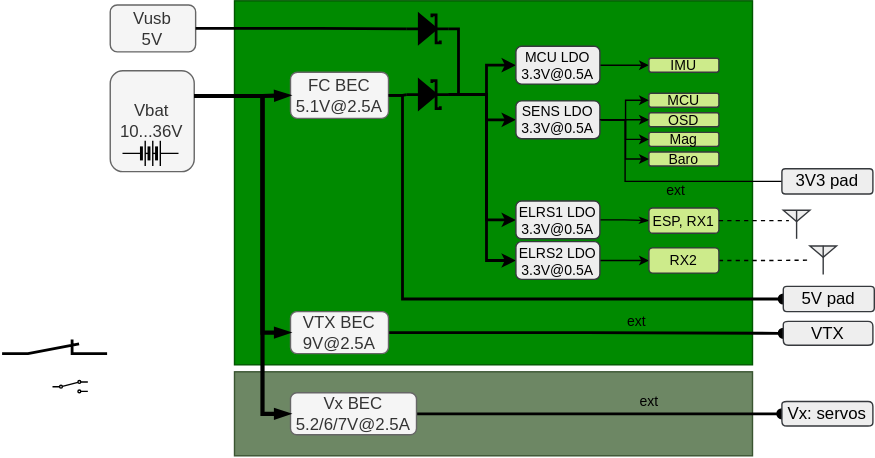
This is documentation/images/doc_MoGliFC_power_concept.svg from MomoRC-tech/MoGliFC-Flight-Controller, a draw.io export, as it was before one commit. Source tidied: cells renumbered, new cells last; positions are measured from the earlier drawing's top-left corner, leaving out a move shared by most shapes.
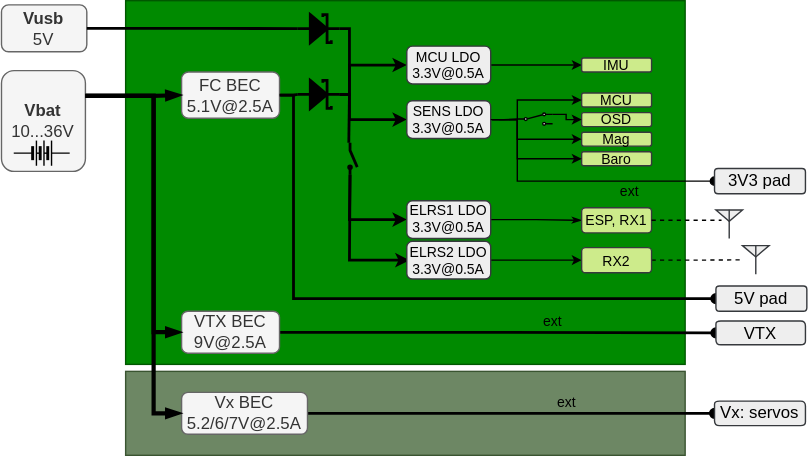
Later version of the same file.

Diff of the diagram source:
```diff
@@ -3,12 +3,12 @@
     <mxCell id="0" />
     <mxCell id="1" parent="0" />
     <mxCell id="2" style="whiteSpace=wrap;html=1;fillColor=#008a00;fontColor=#ffffff;strokeColor=#005700;imageAspect=1;" parent="1" vertex="1">
-      <mxGeometry x="166" width="370" height="260" as="geometry" />
+      <mxGeometry x="166" width="400" height="260" as="geometry" />
     </mxCell>
     <mxCell id="3" style="rounded=0;whiteSpace=wrap;html=1;fillColor=#6d8764;fontColor=#ffffff;strokeColor=#3A5431;" parent="1" vertex="1">
-      <mxGeometry x="166" y="265" width="370" height="60" as="geometry" />
+      <mxGeometry x="166" y="265" width="400" height="60" as="geometry" />
     </mxCell>
-    <mxCell id="4" value="Vbat&lt;div&gt;10...36V&lt;/div&gt;" style="whiteSpace=wrap;html=1;rounded=1;fillColor=#f5f5f5;fontColor=#333333;strokeColor=#666666;" parent="1" vertex="1">
+    <mxCell id="4" value="&lt;b&gt;Vbat&lt;/b&gt;&lt;div&gt;10...36V&lt;/div&gt;" style="whiteSpace=wrap;html=1;rounded=1;fillColor=#f5f5f5;fontColor=#333333;strokeColor=#666666;" parent="1" vertex="1">
       <mxGeometry x="77.2" y="50" width="60" height="72" as="geometry" />
     </mxCell>
     <mxCell id="5" style="edgeStyle=orthogonalEdgeStyle;rounded=0;jettySize=auto;html=1;entryX=0;entryY=0.5;entryDx=0;entryDy=0;endArrow=oval;endFill=1;strokeWidth=2;" parent="1" edge="1" source="7" target="18">
@@ -25,28 +25,29 @@
     <mxCell id="8" style="edgeStyle=elbowEdgeStyle;rounded=0;jettySize=auto;html=1;exitX=1;exitY=0.5;exitDx=0;exitDy=0;entryX=0;entryY=0.5;entryDx=0;entryDy=0;endSize=4;strokeWidth=2;exitPerimeter=0;" parent="1" edge="1" source="51" target="21">
       <mxGeometry relative="1" as="geometry">
         <Array as="points">
-          <mxPoint x="346" y="60" />
+          <mxPoint x="326" y="50" />
         </Array>
       </mxGeometry>
     </mxCell>
     <mxCell id="9" style="edgeStyle=elbowEdgeStyle;rounded=0;jettySize=auto;html=1;exitX=1;exitY=0.5;exitDx=0;exitDy=0;entryX=0;entryY=0.5;entryDx=0;entryDy=0;endSize=4;strokeWidth=2;exitPerimeter=0;" parent="1" edge="1" source="51" target="24">
       <mxGeometry relative="1" as="geometry">
         <Array as="points">
-          <mxPoint x="346" y="70" />
+          <mxPoint x="326" y="80" />
         </Array>
       </mxGeometry>
     </mxCell>
-    <mxCell id="10" style="edgeStyle=elbowEdgeStyle;rounded=0;jettySize=auto;html=1;endSize=4;strokeWidth=2;exitX=1;exitY=0.5;exitDx=0;exitDy=0;exitPerimeter=0;" parent="1" edge="1" source="51" target="26">
+    <mxCell id="10" style="edgeStyle=elbowEdgeStyle;rounded=0;jettySize=auto;html=1;endSize=4;strokeWidth=2;exitX=1;exitY=0.84;exitDx=0;exitDy=0;" parent="1" edge="1" source="59" target="26">
       <mxGeometry relative="1" as="geometry">
         <Array as="points">
-          <mxPoint x="346" y="110" />
+          <mxPoint x="326" y="110" />
         </Array>
       </mxGeometry>
     </mxCell>
-    <mxCell id="11" style="edgeStyle=elbowEdgeStyle;rounded=0;jettySize=auto;html=1;endSize=4;strokeWidth=2;exitX=1;exitY=0.5;exitDx=0;exitDy=0;exitPerimeter=0;" parent="1" edge="1" source="51" target="28">
+    <mxCell id="11" style="edgeStyle=elbowEdgeStyle;rounded=0;jettySize=auto;html=1;endSize=4;strokeWidth=2;exitX=1;exitY=0.84;exitDx=0;exitDy=0;" parent="1" edge="1" source="59">
       <mxGeometry relative="1" as="geometry">
+        <mxPoint x="369" y="185.5" as="targetPoint" />
         <Array as="points">
-          <mxPoint x="346" y="110" />
+          <mxPoint x="326" y="160" />
         </Array>
       </mxGeometry>
     </mxCell>
@@ -79,10 +80,10 @@
       <mxGeometry x="206" y="280" width="90" height="30" as="geometry" />
     </mxCell>
     <mxCell id="18" value="VTX" style="shape=step;perimeter=stepPerimeter;whiteSpace=wrap;html=1;fixedSize=1;size=-6;fillColor=#eeeeee;strokeColor=#36393d;rounded=1;arcSize=7;" parent="1" vertex="1">
-      <mxGeometry x="558" y="229" width="64" height="17" as="geometry" />
+      <mxGeometry x="588" y="229" width="64" height="17" as="geometry" />
     </mxCell>
     <mxCell id="19" value="Vx: servos" style="shape=step;perimeter=stepPerimeter;whiteSpace=wrap;html=1;fixedSize=1;size=0;fillColor=#eeeeee;strokeColor=#36393d;rounded=1;arcSize=7;" parent="1" vertex="1">
-      <mxGeometry x="557" y="286.2" width="65" height="17.5" as="geometry" />
+      <mxGeometry x="587" y="286.2" width="65" height="17.5" as="geometry" />
     </mxCell>
     <mxCell id="20" style="edgeStyle=elbowEdgeStyle;rounded=0;jettySize=auto;html=1;endSize=4;" parent="1" edge="1" source="21" target="29">
       <mxGeometry relative="1" as="geometry" />
@@ -90,18 +91,17 @@
     <mxCell id="21" value="MCU LDO 3.3V@0.5A" style="whiteSpace=wrap;html=1;rounded=1;fontSize=10;fillColor=#eeeeee;strokeColor=#36393d;" parent="1" vertex="1">
       <mxGeometry x="367" y="32.5" width="60" height="27" as="geometry" />
     </mxCell>
-    <mxCell id="22" style="edgeStyle=elbowEdgeStyle;rounded=0;orthogonalLoop=1;jettySize=auto;html=1;entryX=0;entryY=0.5;entryDx=0;entryDy=0;exitX=1;exitY=0.5;exitDx=0;exitDy=0;endArrow=oval;endFill=1;" parent="1" edge="1">
+    <mxCell id="22" style="edgeStyle=elbowEdgeStyle;rounded=0;jettySize=auto;html=1;entryX=0;entryY=0.5;entryDx=0;entryDy=0;exitX=1;exitY=0.5;exitDx=0;exitDy=0;endArrow=oval;endFill=1;" parent="1" edge="1" target="30">
       <mxGeometry relative="1" as="geometry">
         <mxPoint x="433" y="85" as="sourcePoint" />
-        <mxPoint x="563" y="129" as="targetPoint" />
         <Array as="points">
-          <mxPoint x="445" y="120" />
+          <mxPoint x="446" y="110" />
         </Array>
       </mxGeometry>
     </mxCell>
     <mxCell id="23" value="ext" style="edgeLabel;html=1;align=center;verticalAlign=middle;fontSize=10;labelBackgroundColor=none;" parent="22" vertex="1">
       <mxGeometry x="0.26" y="2" relative="1" as="geometry">
-        <mxPoint x="-18" y="8" as="offset" />
+        <mxPoint x="12" y="8" as="offset" />
       </mxGeometry>
     </mxCell>
     <mxCell id="24" value="SENS LDO 3.3V@0.5A" style="whiteSpace=wrap;html=1;rounded=1;fontSize=10;fillColor=#eeeeee;strokeColor=#36393d;" parent="1" vertex="1">
@@ -120,40 +120,34 @@
       <mxGeometry x="367" y="172" width="60" height="27" as="geometry" />
     </mxCell>
     <mxCell id="29" value="IMU" style="whiteSpace=wrap;html=1;rounded=1;fillColor=#cdeb8b;strokeColor=#36393d;fontSize=10;" parent="1" vertex="1">
-      <mxGeometry x="462" y="41" width="50" height="10" as="geometry" />
+      <mxGeometry x="492" y="41" width="50" height="10" as="geometry" />
     </mxCell>
     <mxCell id="30" value="3V3 pad" style="shape=step;perimeter=stepPerimeter;whiteSpace=wrap;html=1;fixedSize=1;size=-5;fillColor=#eeeeee;strokeColor=#36393d;rounded=1;arcSize=5;" parent="1" vertex="1">
-      <mxGeometry x="557" y="120" width="65" height="18" as="geometry" />
+      <mxGeometry x="587" y="120" width="65" height="18" as="geometry" />
     </mxCell>
     <mxCell id="31" value="ESP, RX1" style="whiteSpace=wrap;html=1;rounded=1;fillColor=#cdeb8b;strokeColor=#36393d;fontSize=10;" parent="1" vertex="1">
-      <mxGeometry x="462" y="148" width="50" height="18" as="geometry" />
+      <mxGeometry x="492" y="148" width="50" height="18" as="geometry" />
     </mxCell>
     <mxCell id="32" style="edgeStyle=elbowEdgeStyle;rounded=0;jettySize=auto;html=1;dashed=1;endArrow=none;endFill=0;" parent="1" edge="1" source="33" target="40">
       <mxGeometry relative="1" as="geometry" />
     </mxCell>
     <mxCell id="33" value="RX2" style="whiteSpace=wrap;html=1;rounded=1;fillColor=#cdeb8b;strokeColor=#36393d;fontSize=10;" parent="1" vertex="1">
-      <mxGeometry x="462" y="176.5" width="50" height="18" as="geometry" />
+      <mxGeometry x="492" y="176.5" width="50" height="18" as="geometry" />
     </mxCell>
     <mxCell id="34" value="5V pad" style="shape=step;perimeter=stepPerimeter;whiteSpace=wrap;html=1;fixedSize=1;size=-5;fillColor=#eeeeee;strokeColor=#36393d;rounded=1;arcSize=5;" parent="1" vertex="1">
-      <mxGeometry x="558" y="204" width="65" height="18" as="geometry" />
+      <mxGeometry x="588" y="204" width="65" height="18" as="geometry" />
     </mxCell>
-    <mxCell id="35" value="Vusb&lt;div&gt;5V&lt;/div&gt;" style="whiteSpace=wrap;html=1;rounded=1;fillColor=#f5f5f5;fontColor=#333333;strokeColor=#666666;" parent="1" vertex="1">
+    <mxCell id="35" value="&lt;b&gt;Vusb&lt;/b&gt;&lt;div&gt;5V&lt;/div&gt;" style="whiteSpace=wrap;html=1;rounded=1;fillColor=#f5f5f5;fontColor=#333333;strokeColor=#666666;" parent="1" vertex="1">
       <mxGeometry x="77.2" y="3" width="61" height="33.5" as="geometry" />
     </mxCell>
     <mxCell id="36" style="verticalLabelPosition=bottom;shadow=0;dashed=0;align=center;html=1;verticalAlign=top;shape=mxgraph.electrical.radio.aerial_-_antenna_2;strokeWidth=1;fillColor=#eeeeee;strokeColor=#36393d;" parent="1" vertex="1">
-      <mxGeometry x="558" y="149.5" width="19" height="20.5" as="geometry" />
+      <mxGeometry x="588" y="149.5" width="19" height="20.5" as="geometry" />
     </mxCell>
     <mxCell id="37" style="verticalLabelPosition=bottom;shadow=0;dashed=0;align=center;html=1;verticalAlign=top;shape=mxgraph.electrical.miscellaneous.batteryStack;" parent="1" vertex="1">
       <mxGeometry x="86" y="100" width="40" height="18" as="geometry" />
     </mxCell>
-    <mxCell id="38" style="html=1;shape=mxgraph.electrical.electro-mechanical.twoWaySwitch;elSwitchState=2;" parent="1" vertex="1">
-      <mxGeometry x="36" y="271.2" width="25.2" height="8.8" as="geometry" />
-    </mxCell>
-    <mxCell id="39" style="verticalLabelPosition=bottom;shadow=0;dashed=0;align=center;html=1;verticalAlign=top;shape=mxgraph.electrical.electro-mechanical.break_contact;strokeWidth=2;" parent="1" vertex="1">
-      <mxGeometry y="242" width="75" height="10" as="geometry" />
-    </mxCell>
     <mxCell id="40" style="verticalLabelPosition=bottom;shadow=0;dashed=0;align=center;html=1;verticalAlign=top;shape=mxgraph.electrical.radio.aerial_-_antenna_2;strokeWidth=1;fillColor=#eeeeee;strokeColor=#36393d;" parent="1" vertex="1">
-      <mxGeometry x="577" y="175" width="19" height="20.5" as="geometry" />
+      <mxGeometry x="607" y="175" width="19" height="20.5" as="geometry" />
     </mxCell>
     <mxCell id="41" style="edgeStyle=elbowEdgeStyle;rounded=0;jettySize=auto;html=1;entryX=0.211;entryY=0.366;entryDx=0;entryDy=0;entryPerimeter=0;endArrow=none;endFill=0;dashed=1;" parent="1" edge="1" source="31" target="36">
       <mxGeometry relative="1" as="geometry" />
@@ -166,33 +160,42 @@
       </mxGeometry>
     </mxCell>
     <mxCell id="43" value="MCU" style="whiteSpace=wrap;html=1;rounded=1;fillColor=#cdeb8b;strokeColor=#36393d;fontSize=10;" parent="1" vertex="1">
-      <mxGeometry x="462" y="66" width="50" height="10" as="geometry" />
+      <mxGeometry x="492" y="66" width="50" height="10" as="geometry" />
     </mxCell>
     <mxCell id="44" value="OSD" style="whiteSpace=wrap;html=1;rounded=1;fillColor=#cdeb8b;strokeColor=#36393d;fontSize=10;" parent="1" vertex="1">
-      <mxGeometry x="462" y="80" width="50" height="10" as="geometry" />
+      <mxGeometry x="492" y="80" width="50" height="10" as="geometry" />
     </mxCell>
     <mxCell id="45" value="Mag" style="whiteSpace=wrap;html=1;rounded=1;fillColor=#cdeb8b;strokeColor=#36393d;fontSize=10;" parent="1" vertex="1">
-      <mxGeometry x="462" y="94" width="50" height="10" as="geometry" />
+      <mxGeometry x="492" y="94" width="50" height="10" as="geometry" />
     </mxCell>
     <mxCell id="46" value="Baro" style="whiteSpace=wrap;html=1;rounded=1;fillColor=#cdeb8b;strokeColor=#36393d;fontSize=10;" parent="1" vertex="1">
-      <mxGeometry x="462" y="108" width="50" height="10" as="geometry" />
+      <mxGeometry x="492" y="108" width="50" height="10" as="geometry" />
     </mxCell>
     <mxCell id="47" style="edgeStyle=elbowEdgeStyle;rounded=0;jettySize=auto;html=1;entryX=0;entryY=0.5;entryDx=0;entryDy=0;endSize=4;exitX=1;exitY=0.5;exitDx=0;exitDy=0;" parent="1" edge="1" target="43">
       <mxGeometry relative="1" as="geometry">
         <mxPoint x="428" y="85" as="sourcePoint" />
+        <Array as="points">
+          <mxPoint x="446" y="80" />
+        </Array>
       </mxGeometry>
     </mxCell>
-    <mxCell id="48" style="edgeStyle=elbowEdgeStyle;rounded=0;jettySize=auto;html=1;entryX=0;entryY=0.5;entryDx=0;entryDy=0;endSize=4;exitX=1;exitY=0.5;exitDx=0;exitDy=0;" parent="1" edge="1" source="24" target="44">
+    <mxCell id="48" style="edgeStyle=elbowEdgeStyle;rounded=0;jettySize=auto;html=1;entryX=0;entryY=0.5;entryDx=0;entryDy=0;endSize=4;exitX=1;exitY=0.12;exitDx=0;exitDy=0;" parent="1" edge="1" source="38" target="44">
       <mxGeometry relative="1" as="geometry" />
     </mxCell>
     <mxCell id="49" style="edgeStyle=elbowEdgeStyle;rounded=0;jettySize=auto;html=1;entryX=0;entryY=0.5;entryDx=0;entryDy=0;endSize=4;exitX=1;exitY=0.5;exitDx=0;exitDy=0;" parent="1" edge="1" target="45">
       <mxGeometry relative="1" as="geometry">
         <mxPoint x="428" y="85" as="sourcePoint" />
+        <Array as="points">
+          <mxPoint x="446" y="90" />
+        </Array>
       </mxGeometry>
     </mxCell>
     <mxCell id="50" style="edgeStyle=elbowEdgeStyle;rounded=0;jettySize=auto;html=1;entryX=0;entryY=0.5;entryDx=0;entryDy=0;endSize=4;exitX=1;exitY=0.5;exitDx=0;exitDy=0;" parent="1" edge="1" target="46">
       <mxGeometry relative="1" as="geometry">
         <mxPoint x="428" y="85" as="sourcePoint" />
+        <Array as="points">
+          <mxPoint x="446" y="100" />
+        </Array>
       </mxGeometry>
     </mxCell>
     <mxCell id="51" style="fillColor=strokeColor;verticalLabelPosition=bottom;shadow=0;dashed=0;align=center;html=1;verticalAlign=top;shape=mxgraph.electrical.diodes.schottky_diode;strokeWidth=2;" parent="1" vertex="1">
@@ -229,5 +232,19 @@
         </Array>
       </mxGeometry>
     </mxCell>
+    <mxCell id="57" style="edgeStyle=elbowEdgeStyle;rounded=0;jettySize=auto;html=1;entryX=0;entryY=0.5;entryDx=0;entryDy=0;endSize=4;exitX=1;exitY=0.5;exitDx=0;exitDy=0;endArrow=none;endFill=0;" parent="1" edge="1" source="24" target="38">
+      <mxGeometry relative="1" as="geometry" />
+    </mxCell>
+    <mxCell id="38" style="html=1;shape=mxgraph.electrical.electro-mechanical.twoWaySwitch;elSwitchState=2;" parent="1" vertex="1">
+      <mxGeometry x="446" y="80.2" width="25.2" height="8.8" as="geometry" />
+    </mxCell>
+    <mxCell id="58" style="edgeStyle=elbowEdgeStyle;rounded=0;jettySize=auto;html=1;endSize=4;strokeWidth=2;endArrow=none;endFill=0;entryX=0;entryY=0.84;entryDx=0;entryDy=0;" parent="1" edge="1" target="59">
+      <mxGeometry relative="1" as="geometry">
+        <mxPoint x="326" y="67" as="sourcePoint" />
+      </mxGeometry>
+    </mxCell>
+    <mxCell id="59" style="html=1;shape=mxgraph.electrical.electro-mechanical.switchDisconnector;elSwitchState=off;strokeWidth=2;rotation=90;" parent="1" vertex="1">
+      <mxGeometry x="317" y="109.9" width="23" height="6.1" as="geometry" />
+    </mxCell>
   </root>
 </mxGraphModel>
```
